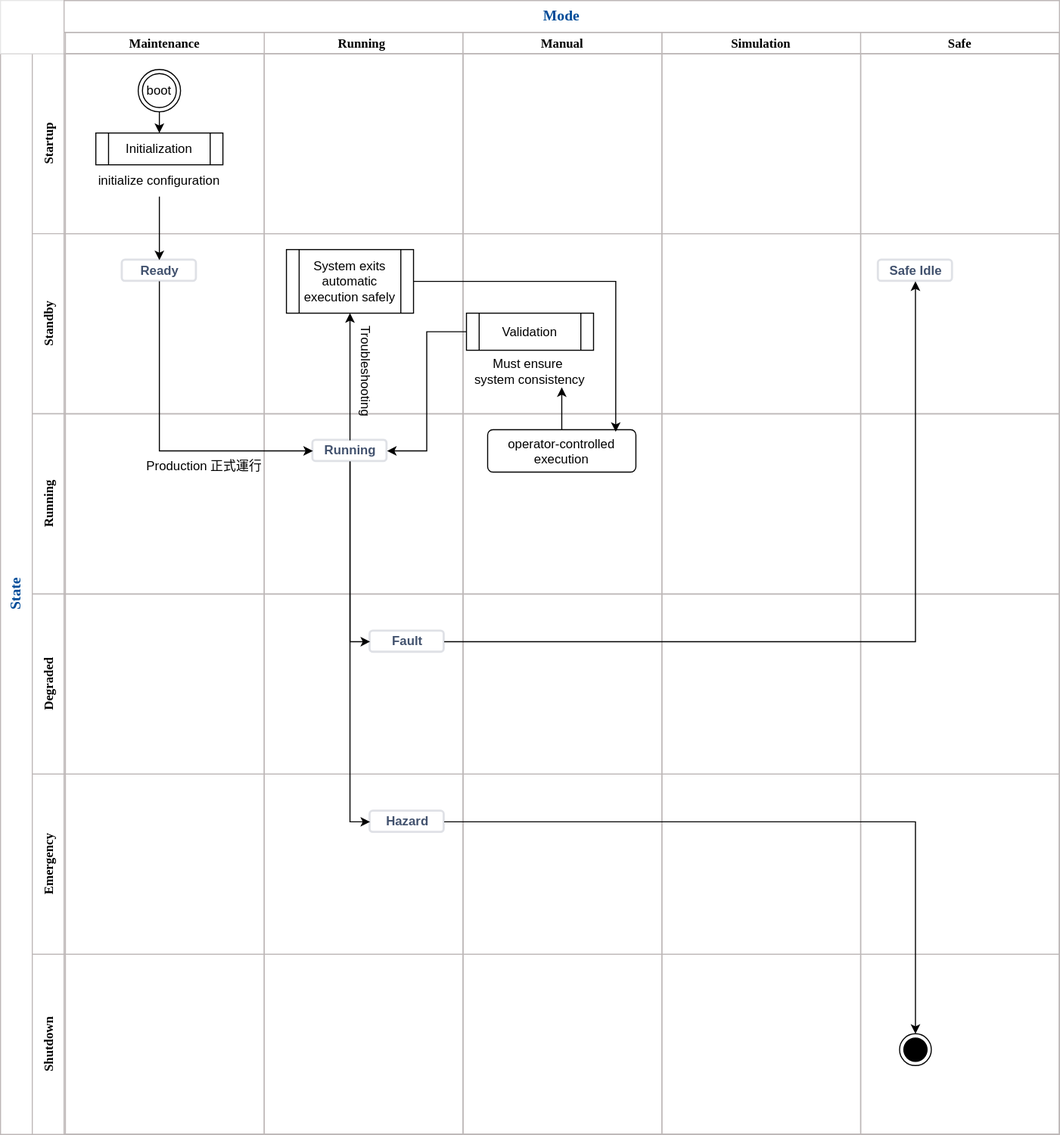
retamotome/AgileSoftwareProjectGuide keeps this draw.io diagram as BusinessDevelopmentPhase/img/Mode_State.svg. Above is the earlier version. Source tidied: cells renumbered, new cells last; positions are measured from the earlier drawing's top-left corner, leaving out a move shared by most shapes.
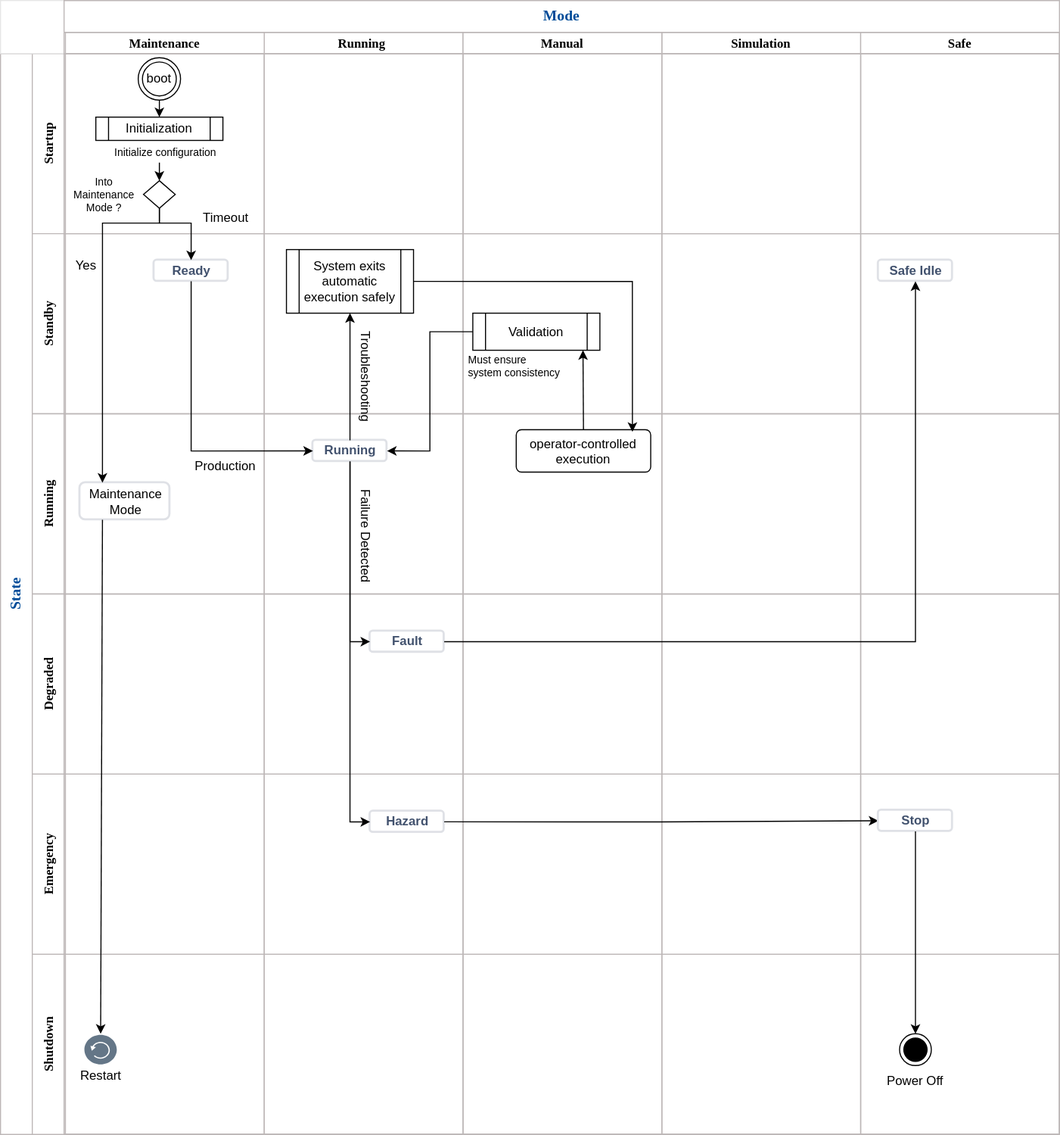
After the commit.

Commit message:
Update Mode and State example figure.

Change to the diagram source:
```diff
@@ -48,34 +48,22 @@
       <mxGeometry x="60" width="940" height="1070" as="geometry" />
     </mxCell>
     <mxCell id="17" value="boot" style="ellipse;shape=doubleEllipse;html=1;dashed=0;whiteSpace=wrap;" parent="1" vertex="1">
-      <mxGeometry x="130" y="65" width="40" height="40" as="geometry" />
+      <mxGeometry x="130" y="54" width="40" height="40" as="geometry" />
     </mxCell>
-    <mxCell id="18" value="Initialization" style="shape=process;whiteSpace=wrap;html=1;backgroundOutline=1;" parent="1" vertex="1">
-      <mxGeometry x="90" y="125" width="120" height="30" as="geometry" />
-    </mxCell>
-    <mxCell id="19" style="endArrow=classic;html=1;rounded=0;exitX=0.5;exitY=1;exitDx=0;exitDy=0;entryX=0.5;entryY=0;entryDx=0;entryDy=0;" parent="1" edge="1" source="17" target="18">
-      <mxGeometry relative="1" as="geometry" />
-    </mxCell>
-    <mxCell id="20" value="initialize configuration" style="text;html=1;whiteSpace=wrap;strokeColor=none;fillColor=none;align=center;verticalAlign=middle;rounded=0;" parent="1" vertex="1">
-      <mxGeometry x="85" y="155" width="130" height="30" as="geometry" />
-    </mxCell>
     <mxCell id="21" value="Ready" style="dashed=0;html=1;rounded=1;strokeColor=#DFE1E6;fontSize=12;align=center;fontStyle=1;strokeWidth=2;fontColor=#42526E;" parent="1" vertex="1">
-      <mxGeometry x="115" y="245" width="70" height="20" as="geometry" />
+      <mxGeometry x="145" y="245" width="70" height="20" as="geometry" />
     </mxCell>
     <mxCell id="22" value="Running" style="dashed=0;html=1;rounded=1;strokeColor=#DFE1E6;fontSize=12;align=center;fontStyle=1;strokeWidth=2;fontColor=#42526E;" parent="1" vertex="1">
       <mxGeometry x="295" y="415" width="70" height="20" as="geometry" />
     </mxCell>
-    <mxCell id="23" style="endArrow=classic;html=1;rounded=0;exitX=0.5;exitY=1;exitDx=0;exitDy=0;entryX=0.5;entryY=0;entryDx=0;entryDy=0;" parent="1" edge="1" source="20" target="21">
-      <mxGeometry relative="1" as="geometry" />
-    </mxCell>
     <mxCell id="24" style="endArrow=classic;html=1;rounded=0;exitX=0.5;exitY=1;exitDx=0;exitDy=0;entryX=0;entryY=0.5;entryDx=0;entryDy=0;edgeStyle=orthogonalEdgeStyle;" parent="1" edge="1" source="21" target="22">
       <mxGeometry relative="1" as="geometry" />
     </mxCell>
-    <mxCell id="25" value="Production&amp;nbsp;&lt;span&gt;正式運行&lt;/span&gt;" style="text;html=1;whiteSpace=wrap;strokeColor=none;fillColor=none;align=center;verticalAlign=middle;rounded=0;" parent="1" vertex="1">
-      <mxGeometry x="130" y="425" width="125" height="30" as="geometry" />
+    <mxCell id="25" value="Production" style="text;html=1;whiteSpace=wrap;strokeColor=none;fillColor=none;align=center;verticalAlign=middle;rounded=0;" parent="1" vertex="1">
+      <mxGeometry x="170" y="425" width="85" height="30" as="geometry" />
     </mxCell>
     <mxCell id="26" value="Troubleshooting" style="text;html=1;whiteSpace=wrap;strokeColor=none;fillColor=none;align=center;verticalAlign=middle;rounded=0;rotation=90;" parent="1" vertex="1">
-      <mxGeometry x="315" y="335" width="60" height="30" as="geometry" />
+      <mxGeometry x="315" y="340" width="60" height="30" as="geometry" />
     </mxCell>
     <mxCell id="27" value="&lt;div&gt;System exits automatic execution safely&lt;/div&gt;" style="shape=process;whiteSpace=wrap;html=1;backgroundOutline=1;" parent="1" vertex="1">
       <mxGeometry x="270" y="235" width="120" height="60" as="geometry" />
@@ -84,7 +72,7 @@
       <mxGeometry relative="1" as="geometry" />
     </mxCell>
     <mxCell id="29" value="&lt;div&gt;operator-controlled execution&lt;/div&gt;&lt;div&gt;&lt;br&gt;&lt;/div&gt;" style="html=1;align=center;verticalAlign=top;rounded=1;absoluteArcSize=1;arcSize=10;dashed=0;whiteSpace=wrap;" parent="1" vertex="1">
-      <mxGeometry x="460" y="405" width="140" height="40" as="geometry" />
+      <mxGeometry x="487" y="405" width="127" height="40" as="geometry" />
     </mxCell>
     <mxCell id="30" style="endArrow=classic;html=1;rounded=0;exitX=1;exitY=0.5;exitDx=0;exitDy=0;entryX=0.864;entryY=0.05;entryDx=0;entryDy=0;edgeStyle=orthogonalEdgeStyle;entryPerimeter=0;" parent="1" edge="1" source="27" target="29">
       <mxGeometry relative="1" as="geometry" />
@@ -107,23 +95,90 @@
     <mxCell id="36" style="endArrow=classic;html=1;rounded=0;exitX=0.5;exitY=1;exitDx=0;exitDy=0;entryX=0;entryY=0.5;entryDx=0;entryDy=0;edgeStyle=orthogonalEdgeStyle;" parent="1" edge="1" source="22" target="32">
       <mxGeometry relative="1" as="geometry" />
     </mxCell>
-    <mxCell id="37" style="endArrow=classic;html=1;rounded=0;exitX=1;exitY=0.5;exitDx=0;exitDy=0;entryX=0.5;entryY=0;entryDx=0;entryDy=0;edgeStyle=orthogonalEdgeStyle;" parent="1" edge="1" source="32" target="34">
+    <mxCell id="37" style="endArrow=classic;html=1;rounded=0;exitX=1;exitY=0.5;exitDx=0;exitDy=0;entryX=0;entryY=0.5;entryDx=0;entryDy=0;edgeStyle=orthogonalEdgeStyle;" parent="1" edge="1" source="32" target="57">
       <mxGeometry relative="1" as="geometry" />
     </mxCell>
     <mxCell id="38" style="endArrow=classic;html=1;rounded=0;exitX=1;exitY=0.5;exitDx=0;exitDy=0;entryX=0.5;entryY=1;entryDx=0;entryDy=0;edgeStyle=orthogonalEdgeStyle;" parent="1" edge="1" source="31" target="33">
       <mxGeometry relative="1" as="geometry" />
     </mxCell>
     <mxCell id="39" value="Validation" style="shape=process;whiteSpace=wrap;html=1;backgroundOutline=1;" parent="1" vertex="1">
-      <mxGeometry x="440" y="295" width="120" height="35" as="geometry" />
+      <mxGeometry x="446" y="295" width="120" height="35" as="geometry" />
     </mxCell>
-    <mxCell id="40" value="Must ensure&amp;nbsp;&lt;div&gt;system consistency&lt;/div&gt;" style="text;html=1;whiteSpace=wrap;strokeColor=none;fillColor=none;align=center;verticalAlign=middle;rounded=0;" parent="1" vertex="1">
-      <mxGeometry x="440" y="335" width="120" height="30" as="geometry" />
+    <mxCell id="40" value="Must ensure&amp;nbsp;&lt;div&gt;system consistency&lt;/div&gt;" style="text;html=1;whiteSpace=wrap;strokeColor=none;fillColor=none;align=left;verticalAlign=middle;rounded=0;fontSize=10;" parent="1" vertex="1">
+      <mxGeometry x="440" y="330" width="100" height="30" as="geometry" />
     </mxCell>
-    <mxCell id="41" style="endArrow=classic;html=1;rounded=0;exitX=0.5;exitY=0;exitDx=0;exitDy=0;entryX=0.75;entryY=1;entryDx=0;entryDy=0;" parent="1" edge="1" source="29" target="40">
+    <mxCell id="41" style="endArrow=classic;html=1;rounded=0;exitX=0.5;exitY=0;exitDx=0;exitDy=0;entryX=0.867;entryY=1;entryDx=0;entryDy=0;entryPerimeter=0;" parent="1" edge="1" source="29" target="39">
       <mxGeometry relative="1" as="geometry" />
     </mxCell>
     <mxCell id="42" style="endArrow=classic;html=1;rounded=0;entryX=1;entryY=0.5;entryDx=0;entryDy=0;exitX=0;exitY=0.5;exitDx=0;exitDy=0;edgeStyle=orthogonalEdgeStyle;" parent="1" edge="1" source="39" target="22">
       <mxGeometry relative="1" as="geometry" />
     </mxCell>
+    <mxCell id="43" style="endArrow=classic;html=1;rounded=0;exitX=0.454;exitY=0.952;exitDx=0;exitDy=0;entryX=0.5;entryY=0;entryDx=0;entryDy=0;exitPerimeter=0;" parent="1" edge="1" source="56" target="45">
+      <mxGeometry relative="1" as="geometry" />
+    </mxCell>
+    <mxCell id="44" style="endArrow=classic;html=1;rounded=0;exitX=0.5;exitY=1;exitDx=0;exitDy=0;entryX=0.5;entryY=0;entryDx=0;entryDy=0;edgeStyle=orthogonalEdgeStyle;" parent="1" edge="1" source="45" target="21">
+      <mxGeometry relative="1" as="geometry">
+        <Array as="points">
+          <mxPoint x="150" y="210" />
+          <mxPoint x="180" y="210" />
+        </Array>
+      </mxGeometry>
+    </mxCell>
+    <mxCell id="45" style="rhombus;whiteSpace=wrap;html=1;" parent="1" vertex="1">
+      <mxGeometry x="135" y="170" width="30" height="26" as="geometry" />
+    </mxCell>
+    <mxCell id="46" value="Into&lt;div&gt;Maintenance&lt;div&gt;Mode ?&lt;/div&gt;&lt;/div&gt;" style="text;html=1;whiteSpace=wrap;strokeColor=none;fillColor=none;align=center;verticalAlign=middle;rounded=0;fontSize=10;" parent="1" vertex="1">
+      <mxGeometry x="67.5" y="168" width="60" height="30" as="geometry" />
+    </mxCell>
+    <mxCell id="47" value="Timeout" style="text;html=1;whiteSpace=wrap;strokeColor=none;fillColor=none;align=center;verticalAlign=middle;rounded=0;" parent="1" vertex="1">
+      <mxGeometry x="182.5" y="190" width="60" height="30" as="geometry" />
+    </mxCell>
+    <mxCell id="48" value="&lt;span style=&quot;color: rgb(0, 0, 0); font-weight: 400; white-space: normal;&quot;&gt;Maintenance&lt;/span&gt;&lt;div style=&quot;color: rgb(0, 0, 0); font-weight: 400; white-space: normal;&quot;&gt;Mode&lt;/div&gt;" style="dashed=0;html=1;rounded=1;strokeColor=#DFE1E6;fontSize=12;align=center;fontStyle=1;strokeWidth=2;fontColor=#42526E;" parent="1" vertex="1">
+      <mxGeometry x="75" y="455" width="85" height="35" as="geometry" />
+    </mxCell>
+    <mxCell id="49" style="endArrow=classic;html=1;rounded=0;exitX=0.5;exitY=1;exitDx=0;exitDy=0;edgeStyle=orthogonalEdgeStyle;entryX=0.25;entryY=0;entryDx=0;entryDy=0;" parent="1" edge="1" source="45" target="48">
+      <mxGeometry relative="1" as="geometry">
+        <Array as="points">
+          <mxPoint x="150" y="210" />
+          <mxPoint x="96" y="210" />
+        </Array>
+      </mxGeometry>
+    </mxCell>
+    <mxCell id="50" value="Yes" style="text;html=1;whiteSpace=wrap;strokeColor=none;fillColor=none;align=center;verticalAlign=middle;rounded=0;" parent="1" vertex="1">
+      <mxGeometry x="51" y="235" width="60" height="30" as="geometry" />
+    </mxCell>
+    <mxCell id="51" style="sketch=0;shadow=0;dashed=0;html=1;strokeColor=#314354;fillColor=#647687;labelPosition=center;verticalLabelPosition=bottom;verticalAlign=top;align=center;outlineConnect=0;shape=mxgraph.veeam2.restored;fontColor=#ffffff;" parent="1" vertex="1">
+      <mxGeometry x="78" y="975" width="33" height="30" as="geometry" />
+    </mxCell>
+    <mxCell id="52" style="endArrow=classic;html=1;rounded=0;exitX=0.25;exitY=1;exitDx=0;exitDy=0;" parent="1" edge="1" source="48" target="51">
+      <mxGeometry relative="1" as="geometry" />
+    </mxCell>
+    <mxCell id="53" value="Power Off" style="text;html=1;whiteSpace=wrap;strokeColor=none;fillColor=none;align=center;verticalAlign=middle;rounded=0;" parent="1" vertex="1">
+      <mxGeometry x="834" y="1005" width="60" height="30" as="geometry" />
+    </mxCell>
+    <mxCell id="54" value="Restart" style="text;html=1;whiteSpace=wrap;strokeColor=none;fillColor=none;align=center;verticalAlign=middle;rounded=0;" parent="1" vertex="1">
+      <mxGeometry x="64.5" y="1000" width="60" height="30" as="geometry" />
+    </mxCell>
+    <mxCell id="55" style="group;fontSize=10;" parent="1" vertex="1">
+      <mxGeometry x="91" y="110" width="130" height="44" as="geometry" />
+    </mxCell>
+    <mxCell id="18" value="Initialization" style="shape=process;whiteSpace=wrap;html=1;backgroundOutline=1;" parent="55" vertex="1">
+      <mxGeometry x="-1" width="120" height="22" as="geometry" />
+    </mxCell>
+    <mxCell id="56" value="&lt;font style=&quot;font-size: 10px;&quot;&gt;Initialize configuration&lt;/font&gt;" style="text;html=1;whiteSpace=wrap;strokeColor=none;fillColor=none;align=center;verticalAlign=middle;rounded=0;" parent="55" vertex="1">
+      <mxGeometry y="22" width="130" height="22" as="geometry" />
+    </mxCell>
+    <mxCell id="19" style="endArrow=classic;html=1;rounded=0;exitX=0.5;exitY=1;exitDx=0;exitDy=0;entryX=0.5;entryY=0;entryDx=0;entryDy=0;" parent="1" edge="1" source="17" target="18">
+      <mxGeometry relative="1" as="geometry" />
+    </mxCell>
+    <mxCell id="57" value="Stop" style="dashed=0;html=1;rounded=1;strokeColor=#DFE1E6;fontSize=12;align=center;fontStyle=1;strokeWidth=2;fontColor=#42526E;" parent="1" vertex="1">
+      <mxGeometry x="829" y="764" width="70" height="20" as="geometry" />
+    </mxCell>
+    <mxCell id="58" style="endArrow=classic;html=1;rounded=0;exitX=0.5;exitY=1;exitDx=0;exitDy=0;entryX=0.5;entryY=0;entryDx=0;entryDy=0;" parent="1" edge="1" source="57" target="34">
+      <mxGeometry relative="1" as="geometry" />
+    </mxCell>
+    <mxCell id="59" value="Failure Detected" style="text;html=1;whiteSpace=wrap;strokeColor=none;fillColor=none;align=center;verticalAlign=middle;rounded=0;rotation=90;" parent="1" vertex="1">
+      <mxGeometry x="284.5" y="490" width="121" height="30" as="geometry" />
+    </mxCell>
   </root>
 </mxGraphModel>
```
